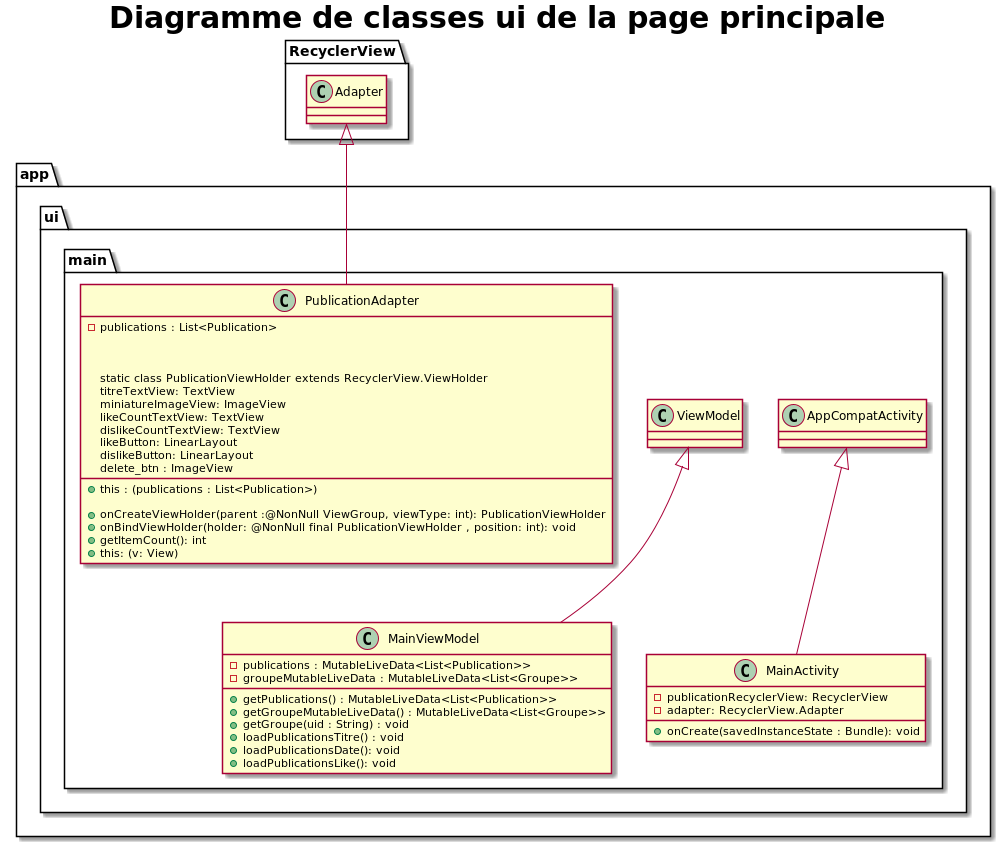
Before: app/docs/asciidoc/images/modelui6.png, a diagram exported from PlantUML (SefkanTas/Sonofy). Source of this version:
```plantuml
@startuml modelui6
title <size:30><b>Diagramme de classes ui de la page principale</b></size>

package app{

  package ui{

  package main{

          class MainActivity extends AppCompatActivity{
              - publicationRecyclerView: RecyclerView
              - adapter: RecyclerView.Adapter

              + onCreate(savedInstanceState : Bundle): void
          }

          class MainViewModel extends ViewModel{
               - publications : MutableLiveData<List<Publication>>
               - groupeMutableLiveData : MutableLiveData<List<Groupe>>

               + getPublications() : MutableLiveData<List<Publication>>
               + getGroupeMutableLiveData() : MutableLiveData<List<Groupe>>
               + getGroupe(uid : String) : void
               + loadPublicationsTitre() : void
               + loadPublicationsDate(): void
               + loadPublicationsLike(): void
          }

          class PublicationAdapter extends RecyclerView.Adapter{
              - publications : List<Publication>

              + this : (publications : List<Publication>)

              + onCreateViewHolder(parent :@NonNull ViewGroup, viewType: int): PublicationViewHolder
              + onBindViewHolder(holder: @NonNull final PublicationViewHolder , position: int): void
              + getItemCount(): int

              static class PublicationViewHolder extends RecyclerView.ViewHolder
                     titreTextView: TextView
                     miniatureImageView: ImageView
                     likeCountTextView: TextView
                     dislikeCountTextView: TextView
                     likeButton: LinearLayout
                     dislikeButton: LinearLayout
                     delete_btn : ImageView

                     + this: (v: View)
            }
        }
  }
}
@enduml
```
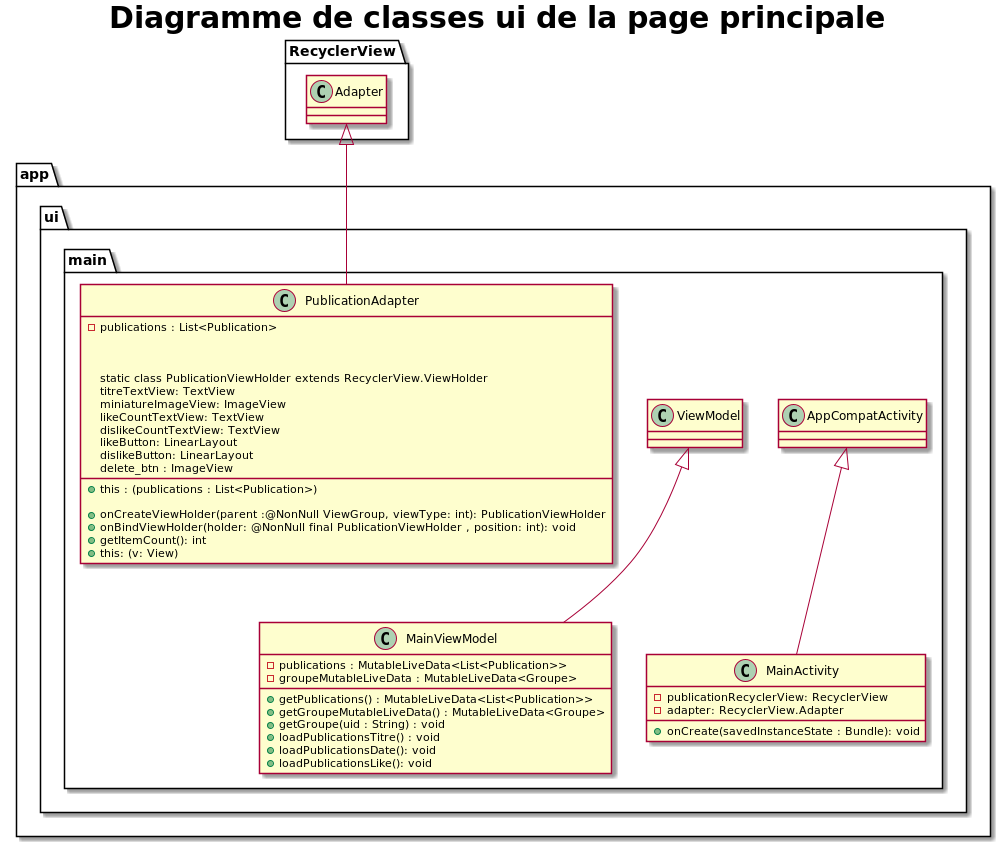
After the commit.

The edit, as a diff of the source:
```diff
@@ -16,10 +16,10 @@
 
           class MainViewModel extends ViewModel{
                - publications : MutableLiveData<List<Publication>>
-               - groupeMutableLiveData : MutableLiveData<List<Groupe>>
+               - groupeMutableLiveData : MutableLiveData<Groupe>
 
                + getPublications() : MutableLiveData<List<Publication>>
-               + getGroupeMutableLiveData() : MutableLiveData<List<Groupe>>
+               + getGroupeMutableLiveData() : MutableLiveData<Groupe>
                + getGroupe(uid : String) : void
                + loadPublicationsTitre() : void
                + loadPublicationsDate(): void
```
